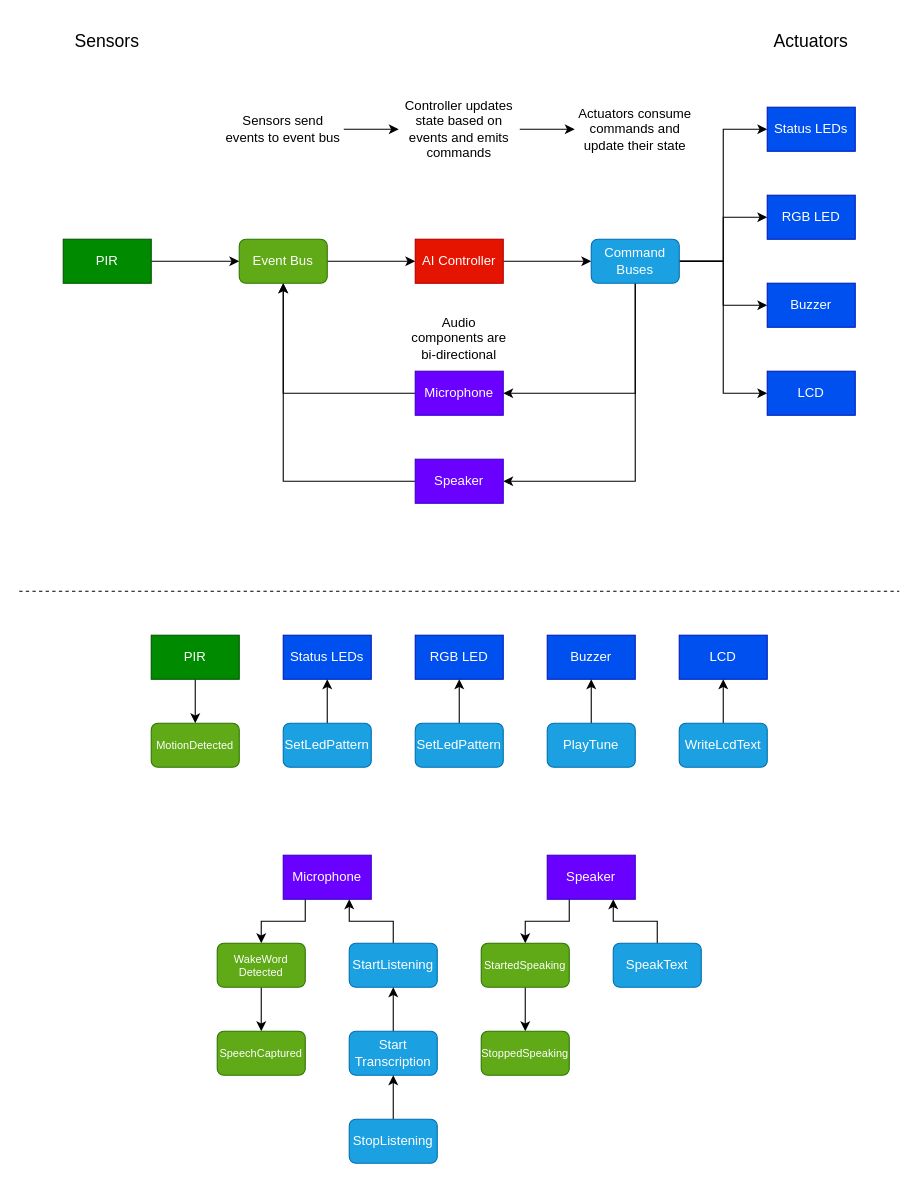
Before: page "Queues" (2 of 2) of docs/diagrams/Pi Bot.drawio in javidahmed64592/pi-bot, a draw.io diagram. Source tidied: cells renumbered, new cells numbered last; positions are measured from the earlier drawing's top-left corner, leaving out a move shared by most shapes. Both pictures are drawn from the tidied source at 110%, with x=0, y=0 at pixel (19, 19).
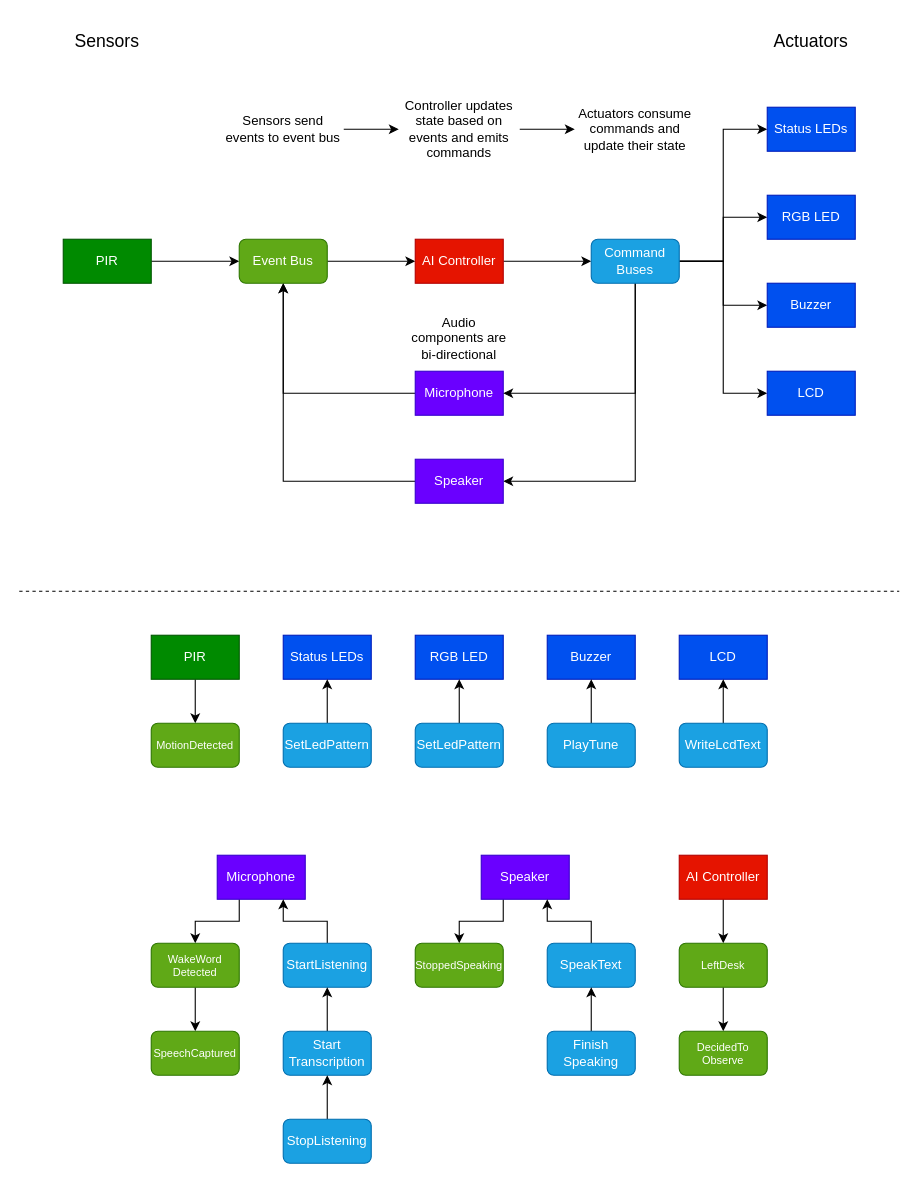
Above is the later version.

Diff of the diagram source:
```diff
@@
     <mxCell id="48" value="Microphone" style="rounded=0;whiteSpace=wrap;html=1;fillColor=#6a00ff;fontColor=#ffffff;strokeColor=#3700CC;" parent="1" vertex="1">
-      <mxGeometry x="240" y="760" width="80" height="40" as="geometry" />
+      <mxGeometry x="180" y="760" width="80" height="40" as="geometry" />
     </mxCell>
-    <mxCell id="49" style="edgeStyle=orthogonalEdgeStyle;rounded=0;jettySize=auto;html=1;exitX=0.25;exitY=1;exitDx=0;exitDy=0;entryX=0.5;entryY=0;entryDx=0;entryDy=0;" parent="1" edge="1" source="50" target="59">
+    <mxCell id="49" style="edgeStyle=orthogonalEdgeStyle;rounded=0;jettySize=auto;html=1;exitX=0.25;exitY=1;exitDx=0;exitDy=0;entryX=0.5;entryY=0;entryDx=0;entryDy=0;" parent="1" edge="1" source="50" target="60">
       <mxGeometry relative="1" as="geometry" />
     </mxCell>
     <mxCell id="50" value="Speaker" style="rounded=0;whiteSpace=wrap;html=1;fillColor=#6a00ff;fontColor=#ffffff;strokeColor=#3700CC;" parent="1" vertex="1">
-      <mxGeometry x="480" y="760" width="80" height="40" as="geometry" />
+      <mxGeometry x="420" y="760" width="80" height="40" as="geometry" />
     </mxCell>
@@
     <mxCell id="52" value="WakeWord&lt;div&gt;Detected&lt;/div&gt;" style="rounded=1;whiteSpace=wrap;html=1;fontSize=10;fillColor=#60a917;fontColor=#ffffff;strokeColor=#2D7600;" parent="1" vertex="1">
-      <mxGeometry x="180" y="840" width="80" height="40" as="geometry" />
+      <mxGeometry x="120" y="840" width="80" height="40" as="geometry" />
     </mxCell>
     <mxCell id="53" value="SpeechCaptured" style="rounded=1;whiteSpace=wrap;html=1;fontSize=10;fillColor=#60a917;fontColor=#ffffff;strokeColor=#2D7600;" parent="1" vertex="1">
-      <mxGeometry x="180" y="920" width="80" height="40" as="geometry" />
+      <mxGeometry x="120" y="920" width="80" height="40" as="geometry" />
     </mxCell>
@@
     <mxCell id="55" value="StartListening" style="rounded=1;whiteSpace=wrap;html=1;fillColor=#1ba1e2;fontColor=#ffffff;strokeColor=#006EAF;" parent="1" vertex="1">
-      <mxGeometry x="300" y="840" width="80" height="40" as="geometry" />
+      <mxGeometry x="240" y="840" width="80" height="40" as="geometry" />
     </mxCell>
@@
     <mxCell id="57" value="Start&lt;div&gt;Transcription&lt;/div&gt;" style="rounded=1;whiteSpace=wrap;html=1;fillColor=#1ba1e2;fontColor=#ffffff;strokeColor=#006EAF;" parent="1" vertex="1">
-      <mxGeometry x="300" y="920" width="80" height="40" as="geometry" />
+      <mxGeometry x="240" y="920" width="80" height="40" as="geometry" />
     </mxCell>
-    <mxCell id="58" style="edgeStyle=orthogonalEdgeStyle;rounded=0;jettySize=auto;html=1;entryX=0.5;entryY=0;entryDx=0;entryDy=0;" parent="1" edge="1" source="59" target="60">
-      <mxGeometry relative="1" as="geometry" />
-    </mxCell>
-    <mxCell id="59" value="StartedSpeaking" style="rounded=1;whiteSpace=wrap;html=1;fontSize=10;fillColor=#60a917;fontColor=#ffffff;strokeColor=#2D7600;" parent="1" vertex="1">
-      <mxGeometry x="420" y="840" width="80" height="40" as="geometry" />
-    </mxCell>
     <mxCell id="60" value="StoppedSpeaking" style="rounded=1;whiteSpace=wrap;html=1;fontSize=10;fillColor=#60a917;fontColor=#ffffff;strokeColor=#2D7600;" parent="1" vertex="1">
-      <mxGeometry x="420" y="920" width="80" height="40" as="geometry" />
+      <mxGeometry x="360" y="840" width="80" height="40" as="geometry" />
     </mxCell>
@@
     <mxCell id="62" value="SpeakText" style="rounded=1;whiteSpace=wrap;html=1;fillColor=#1ba1e2;fontColor=#ffffff;strokeColor=#006EAF;" parent="1" vertex="1">
-      <mxGeometry x="540" y="840" width="80" height="40" as="geometry" />
+      <mxGeometry x="480" y="840" width="80" height="40" as="geometry" />
     </mxCell>
@@
     <mxCell id="64" value="StopListening" style="rounded=1;whiteSpace=wrap;html=1;fillColor=#1ba1e2;fontColor=#ffffff;strokeColor=#006EAF;" parent="1" vertex="1">
-      <mxGeometry x="300" y="1000" width="80" height="40" as="geometry" />
+      <mxGeometry x="240" y="1000" width="80" height="40" as="geometry" />
     </mxCell>
+    <mxCell id="65" style="edgeStyle=orthogonalEdgeStyle;rounded=0;jettySize=auto;html=1;entryX=0.5;entryY=0;entryDx=0;entryDy=0;" parent="1" edge="1" source="66" target="68">
+      <mxGeometry relative="1" as="geometry" />
+    </mxCell>
+    <mxCell id="66" value="AI Controller" style="rounded=0;whiteSpace=wrap;html=1;fillColor=#e51400;fontColor=#ffffff;strokeColor=#B20000;" parent="1" vertex="1">
+      <mxGeometry x="600" y="760" width="80" height="40" as="geometry" />
+    </mxCell>
+    <mxCell id="67" style="edgeStyle=orthogonalEdgeStyle;rounded=0;jettySize=auto;html=1;entryX=0.5;entryY=0;entryDx=0;entryDy=0;" parent="1" edge="1" source="68" target="69">
+      <mxGeometry relative="1" as="geometry" />
+    </mxCell>
+    <mxCell id="68" value="LeftDesk" style="rounded=1;whiteSpace=wrap;html=1;fontSize=10;fillColor=#60a917;fontColor=#ffffff;strokeColor=#2D7600;" parent="1" vertex="1">
+      <mxGeometry x="600" y="840" width="80" height="40" as="geometry" />
+    </mxCell>
+    <mxCell id="69" value="DecidedTo&lt;div&gt;Observe&lt;/div&gt;" style="rounded=1;whiteSpace=wrap;html=1;fontSize=10;fillColor=#60a917;fontColor=#ffffff;strokeColor=#2D7600;" parent="1" vertex="1">
+      <mxGeometry x="600" y="920" width="80" height="40" as="geometry" />
+    </mxCell>
+    <mxCell id="70" style="edgeStyle=orthogonalEdgeStyle;rounded=0;jettySize=auto;html=1;entryX=0.5;entryY=1;entryDx=0;entryDy=0;" parent="1" edge="1" source="71" target="62">
+      <mxGeometry relative="1" as="geometry" />
+    </mxCell>
+    <mxCell id="71" value="Finish&lt;div&gt;Speaking&lt;/div&gt;" style="rounded=1;whiteSpace=wrap;html=1;fillColor=#1ba1e2;fontColor=#ffffff;strokeColor=#006EAF;" parent="1" vertex="1">
+      <mxGeometry x="480" y="920" width="80" height="40" as="geometry" />
+    </mxCell>
```
